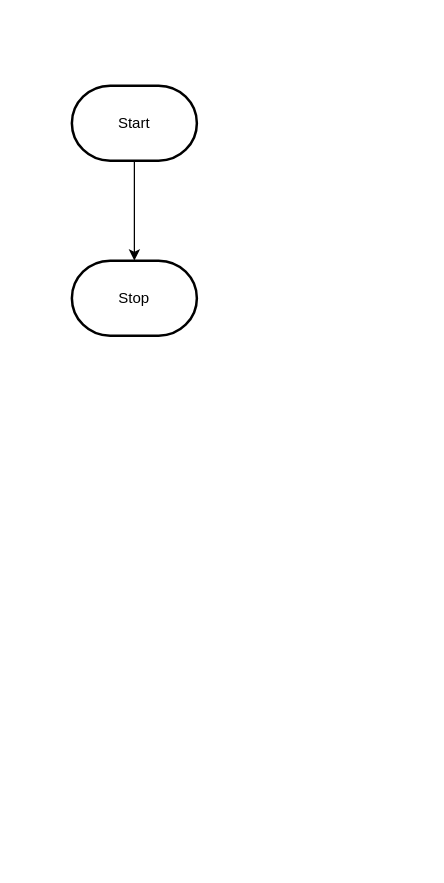
MTHS-ICS2O-2-2022/ICS2O-Unit-5-01-austin-scavone keeps this draw.io diagram as design/flowchart.drawio. Above is the earlier version. Source tidied: cells renumbered, new cells numbered last; positions are measured from the earlier drawing's top-left corner, leaving out a move shared by most shapes. Both pictures are drawn from the tidied source at 125%, with x=0, y=0 at pixel (71, 85).
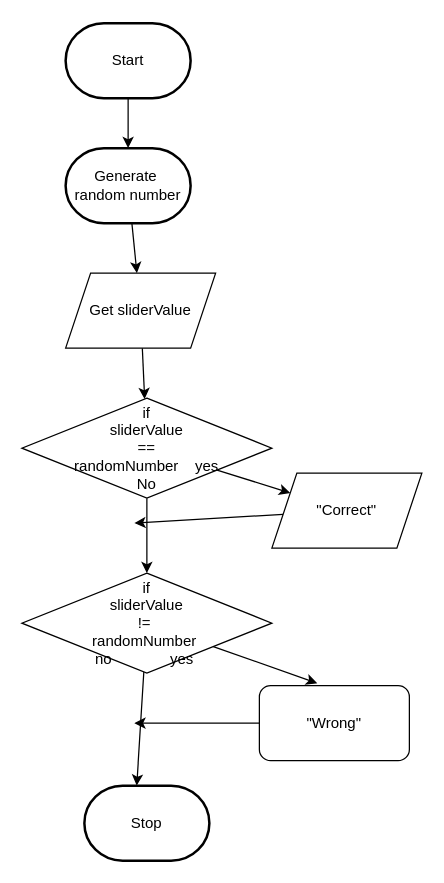
The same diagram, later.

What changed in the source:
```diff
@@
-    <mxCell id="2" style="edgeStyle=orthogonalEdgeStyle;html=1;rounded=0;" parent="1" edge="1" source="3" target="4">
-      <mxGeometry relative="1" as="geometry" />
-    </mxCell>
+    <mxCell id="5" style="edgeStyle=none;html=1;exitX=0.5;exitY=1;exitDx=0;exitDy=0;exitPerimeter=0;" parent="1" edge="1" source="3">
+      <mxGeometry relative="1" as="geometry">
+        <mxPoint x="40" y="-10" as="targetPoint" />
+      </mxGeometry>
+    </mxCell>
+    <mxCell id="6" style="edgeStyle=none;html=1;" parent="1" edge="1" source="3" target="8">
+      <mxGeometry relative="1" as="geometry" />
+    </mxCell>
     <mxCell id="3" value="Start" style="strokeWidth=2;html=1;shape=mxgraph.flowchart.terminator;whiteSpace=wrap;" parent="1" vertex="1">
-      <mxGeometry width="100" height="60" as="geometry" />
+      <mxGeometry x="-5" y="-50" width="100" height="60" as="geometry" />
     </mxCell>
     <mxCell id="4" value="Stop" style="strokeWidth=2;html=1;shape=mxgraph.flowchart.terminator;whiteSpace=wrap;" parent="1" vertex="1">
-      <mxGeometry y="140" width="100" height="60" as="geometry" />
+      <mxGeometry x="10" y="560" width="100" height="60" as="geometry" />
     </mxCell>
+    <mxCell id="7" style="edgeStyle=none;html=1;" parent="1" edge="1" source="8" target="10">
+      <mxGeometry relative="1" as="geometry" />
+    </mxCell>
+    <mxCell id="8" value="Generate&amp;nbsp;&lt;br&gt;random number" style="strokeWidth=2;html=1;shape=mxgraph.flowchart.terminator;whiteSpace=wrap;" parent="1" vertex="1">
+      <mxGeometry x="-5" y="50" width="100" height="60" as="geometry" />
+    </mxCell>
+    <mxCell id="9" style="edgeStyle=none;html=1;" parent="1" edge="1" source="10" target="14">
+      <mxGeometry relative="1" as="geometry" />
+    </mxCell>
+    <mxCell id="10" value="Get sliderValue" style="shape=parallelogram;perimeter=parallelogramPerimeter;whiteSpace=wrap;html=1;fixedSize=1;" parent="1" vertex="1">
+      <mxGeometry x="-5" y="150" width="120" height="60" as="geometry" />
+    </mxCell>
+    <mxCell id="11" style="edgeStyle=none;html=1;exitX=1;exitY=0;exitDx=0;exitDy=0;" parent="1" edge="1" source="14">
+      <mxGeometry relative="1" as="geometry">
+        <mxPoint x="40" y="310" as="targetPoint" />
+      </mxGeometry>
+    </mxCell>
+    <mxCell id="12" style="edgeStyle=none;html=1;" parent="1" edge="1" source="14" target="16">
+      <mxGeometry relative="1" as="geometry" />
+    </mxCell>
+    <mxCell id="13" style="edgeStyle=none;html=1;" parent="1" edge="1" source="14" target="19">
+      <mxGeometry relative="1" as="geometry" />
+    </mxCell>
+    <mxCell id="14" value="if &lt;br&gt;sliderValue&lt;br&gt;==&lt;br&gt;randomNumber&amp;nbsp; &amp;nbsp; yes&lt;br&gt;No" style="rhombus;whiteSpace=wrap;html=1;" parent="1" vertex="1">
+      <mxGeometry x="-40" y="250" width="200" height="80" as="geometry" />
+    </mxCell>
+    <mxCell id="15" style="edgeStyle=none;html=1;" parent="1" edge="1" source="16">
+      <mxGeometry relative="1" as="geometry">
+        <mxPoint x="50" y="350" as="targetPoint" />
+      </mxGeometry>
+    </mxCell>
+    <mxCell id="16" value="&quot;Correct&quot;" style="shape=parallelogram;perimeter=parallelogramPerimeter;whiteSpace=wrap;html=1;fixedSize=1;" parent="1" vertex="1">
+      <mxGeometry x="160" y="310" width="120" height="60" as="geometry" />
+    </mxCell>
+    <mxCell id="17" style="edgeStyle=none;html=1;entryX=0.386;entryY=-0.032;entryDx=0;entryDy=0;entryPerimeter=0;" parent="1" edge="1" source="19" target="21">
+      <mxGeometry relative="1" as="geometry" />
+    </mxCell>
+    <mxCell id="18" style="edgeStyle=none;html=1;entryX=0.419;entryY=-0.001;entryDx=0;entryDy=0;entryPerimeter=0;" parent="1" edge="1" source="19" target="4">
+      <mxGeometry relative="1" as="geometry" />
+    </mxCell>
+    <mxCell id="19" value="&amp;nbsp; &amp;nbsp; &amp;nbsp; &amp;nbsp; &amp;nbsp; &amp;nbsp; if&amp;nbsp; &amp;nbsp; &amp;nbsp; &amp;nbsp; &amp;nbsp; &amp;nbsp;&amp;nbsp;&lt;br&gt;sliderValue&lt;br&gt;!=&amp;nbsp;&lt;br&gt;randomNumber&amp;nbsp;&lt;br&gt;no&amp;nbsp; &amp;nbsp; &amp;nbsp; &amp;nbsp; &amp;nbsp; &amp;nbsp; &amp;nbsp; yes&amp;nbsp;" style="rhombus;whiteSpace=wrap;html=1;" parent="1" vertex="1">
+      <mxGeometry x="-40" y="390" width="200" height="80" as="geometry" />
+    </mxCell>
+    <mxCell id="20" style="edgeStyle=none;html=1;" parent="1" edge="1" source="21">
+      <mxGeometry relative="1" as="geometry">
+        <mxPoint x="50" y="510" as="targetPoint" />
+      </mxGeometry>
+    </mxCell>
+    <mxCell id="21" value="&quot;Wrong&quot;" style="rounded=1;whiteSpace=wrap;html=1;" parent="1" vertex="1">
+      <mxGeometry x="150" y="480" width="120" height="60" as="geometry" />
+    </mxCell>
```
